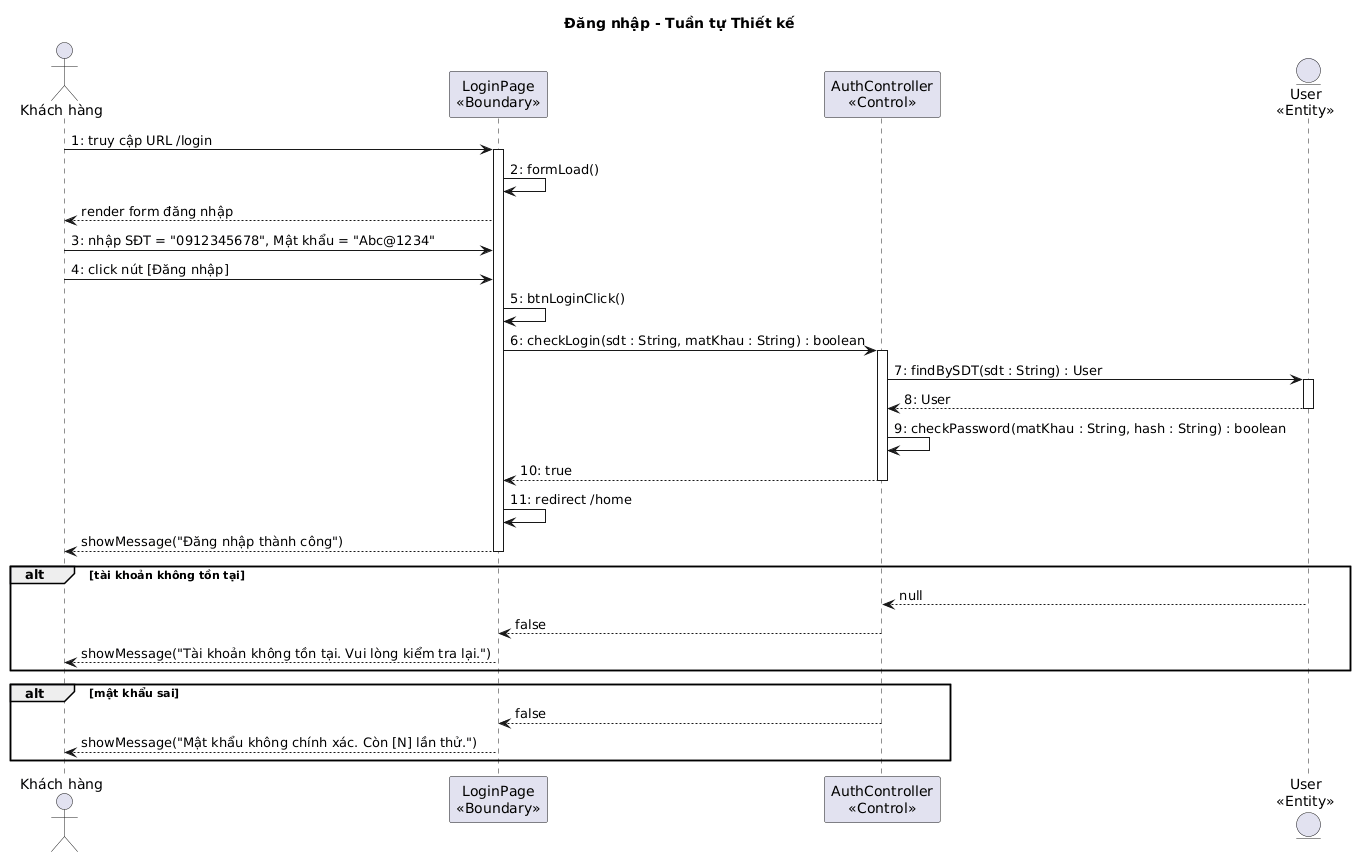
Before: output/diagrams/account_seq_login_design.png, a diagram exported from PlantUML (thanhtrnnn/cnpm). Source of this version:
```plantuml
@startuml
title Đăng nhập - Tuần tự Thiết kế

actor "Khách hàng" as KH
participant "LoginPage\n<<Boundary>>" as B1
participant "AuthController\n<<Control>>" as C1
entity "User\n<<Entity>>" as E1

KH -> B1 : 1: truy cập URL /login
activate B1
B1 -> B1 : 2: formLoad()
B1 --> KH : render form đăng nhập
KH -> B1 : 3: nhập SĐT = "0912345678", Mật khẩu = "Abc@1234"
KH -> B1 : 4: click nút [Đăng nhập]
B1 -> B1 : 5: btnLoginClick()
B1 -> C1 : 6: checkLogin(sdt : String, matKhau : String) : boolean
activate C1
C1 -> E1 : 7: findBySDT(sdt : String) : User
activate E1
E1 --> C1 : 8: User
deactivate E1
C1 -> C1 : 9: checkPassword(matKhau : String, hash : String) : boolean
C1 --> B1 : 10: true
deactivate C1
B1 -> B1 : 11: redirect /home
B1 --> KH : showMessage("Đăng nhập thành công")
deactivate B1

alt tài khoản không tồn tại
  E1 --> C1 : null
  C1 --> B1 : false
  B1 --> KH : showMessage("Tài khoản không tồn tại. Vui lòng kiểm tra lại.")
end

alt mật khẩu sai
  C1 --> B1 : false
  B1 --> KH : showMessage("Mật khẩu không chính xác. Còn [N] lần thử.")
end
@enduml
```
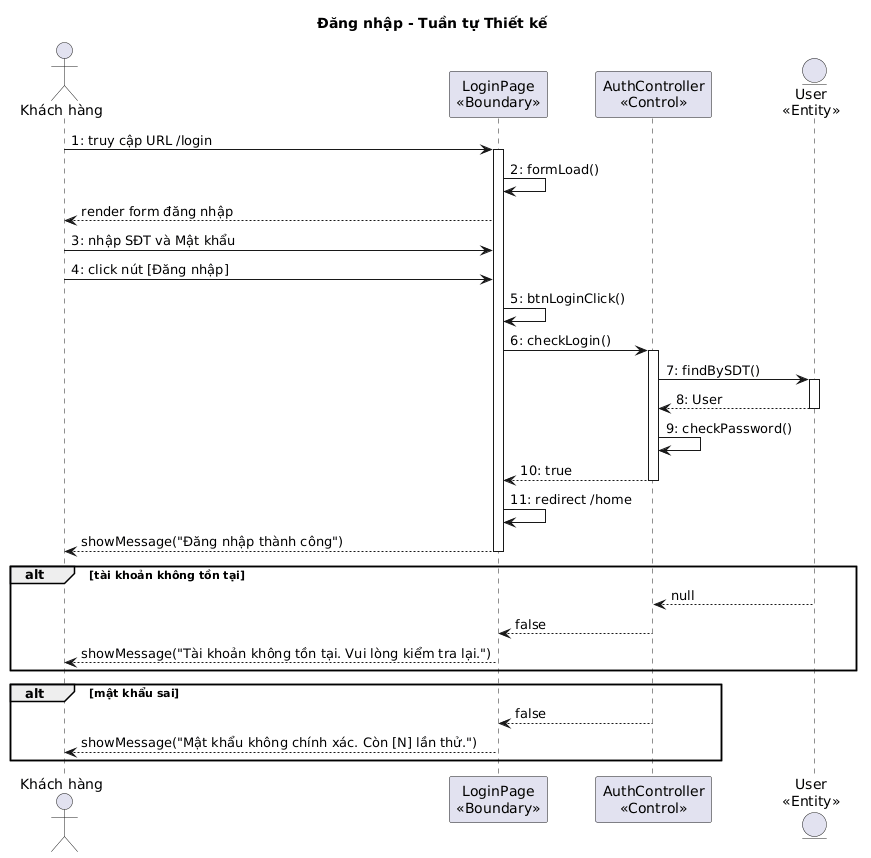
The same diagram one commit later.

Change to the diagram source:
```diff
@@ -10,16 +10,16 @@
 activate B1
 B1 -> B1 : 2: formLoad()
 B1 --> KH : render form đăng nhập
-KH -> B1 : 3: nhập SĐT = "0912345678", Mật khẩu = "Abc@1234"
+KH -> B1 : 3: nhập SĐT và Mật khẩu
 KH -> B1 : 4: click nút [Đăng nhập]
 B1 -> B1 : 5: btnLoginClick()
-B1 -> C1 : 6: checkLogin(sdt : String, matKhau : String) : boolean
+B1 -> C1 : 6: checkLogin()
 activate C1
-C1 -> E1 : 7: findBySDT(sdt : String) : User
+C1 -> E1 : 7: findBySDT()
 activate E1
 E1 --> C1 : 8: User
 deactivate E1
-C1 -> C1 : 9: checkPassword(matKhau : String, hash : String) : boolean
+C1 -> C1 : 9: checkPassword()
 C1 --> B1 : 10: true
 deactivate C1
 B1 -> B1 : 11: redirect /home
```
